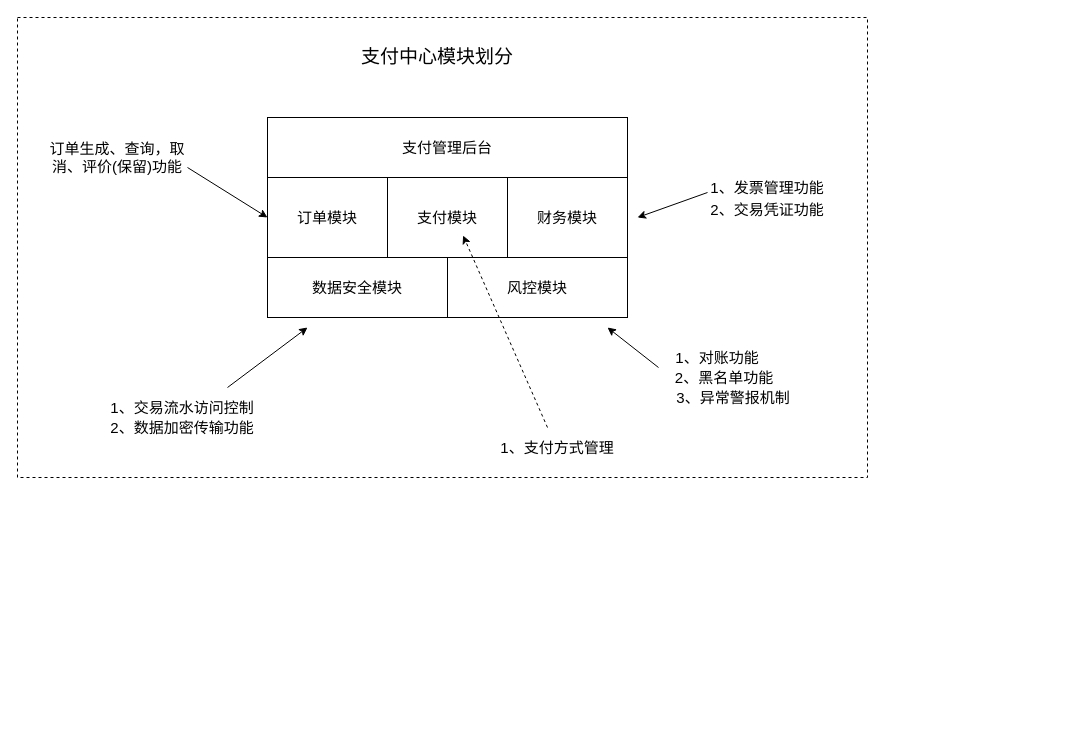
The draw.io diagram 支付中心.drawio in chenrushui/draw, before the edit. Source tidied: cells renumbered, new cells numbered last; positions are measured from the earlier drawing's top-left corner, leaving out a move shared by most shapes. Both pictures are drawn from the tidied source at 100%, with x=0, y=0 at pixel (17, 17).
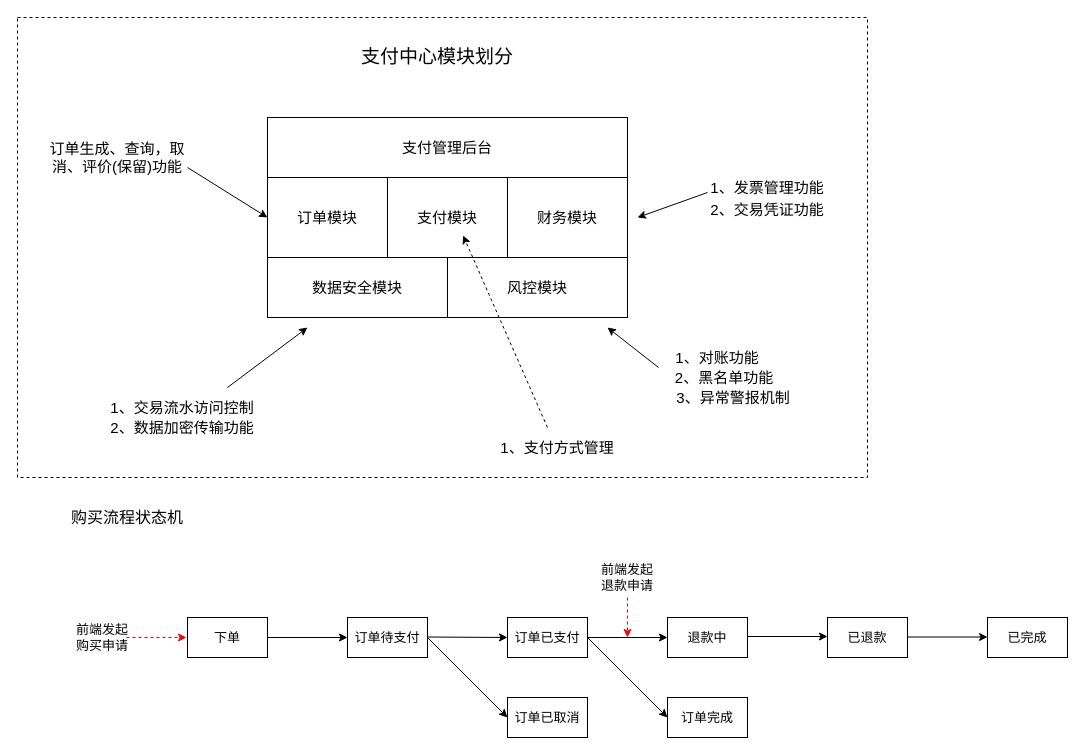
The same diagram, later.

Commit message:
更新支付中心.drawio

Change to the diagram source:
```diff
@@
+    <mxCell id="24" value="下单" style="rounded=0;whiteSpace=wrap;html=1;fontSize=13;" parent="1" vertex="1">
+      <mxGeometry x="170" y="600" width="80" height="40" as="geometry" />
+    </mxCell>
+    <mxCell id="25" value="购买流程状态机" style="text;html=1;strokeColor=none;fillColor=none;align=center;verticalAlign=middle;whiteSpace=wrap;rounded=0;dashed=1;fontSize=16;fontStyle=0;" parent="1" vertex="1">
+      <mxGeometry x="50" y="490" width="120" height="20" as="geometry" />
+    </mxCell>
+    <mxCell id="26" style="edgeStyle=orthogonalEdgeStyle;rounded=0;orthogonalLoop=1;jettySize=auto;html=1;exitX=0.5;exitY=1;exitDx=0;exitDy=0;dashed=1;fontSize=19;" parent="1" edge="1" source="25" target="25">
+      <mxGeometry relative="1" as="geometry" />
+    </mxCell>
+    <mxCell id="27" value="订单待支付" style="rounded=0;whiteSpace=wrap;html=1;fontSize=13;" parent="1" vertex="1">
+      <mxGeometry x="330" y="600" width="80" height="40" as="geometry" />
+    </mxCell>
+    <mxCell id="28" value="订单已支付" style="rounded=0;whiteSpace=wrap;html=1;fontSize=13;" parent="1" vertex="1">
+      <mxGeometry x="490" y="600" width="80" height="40" as="geometry" />
+    </mxCell>
+    <mxCell id="29" value="订单已取消" style="rounded=0;whiteSpace=wrap;html=1;fontSize=13;" parent="1" vertex="1">
+      <mxGeometry x="490" y="680" width="80" height="40" as="geometry" />
+    </mxCell>
+    <mxCell id="30" value="退款中" style="rounded=0;whiteSpace=wrap;html=1;fontSize=13;" parent="1" vertex="1">
+      <mxGeometry x="650" y="600" width="80" height="40" as="geometry" />
+    </mxCell>
+    <mxCell id="31" value="已退款" style="rounded=0;whiteSpace=wrap;html=1;fontSize=13;" parent="1" vertex="1">
+      <mxGeometry x="810" y="600" width="80" height="40" as="geometry" />
+    </mxCell>
+    <mxCell id="32" style="endArrow=classic;html=1;fontSize=13;entryX=0;entryY=0.5;entryDx=0;entryDy=0;exitX=1;exitY=0.5;exitDx=0;exitDy=0;" parent="1" edge="1" source="24" target="27">
+      <mxGeometry relative="1" as="geometry" />
+    </mxCell>
+    <mxCell id="33" style="endArrow=classic;html=1;fontSize=13;entryX=0;entryY=0.5;entryDx=0;entryDy=0;exitX=1;exitY=0.5;exitDx=0;exitDy=0;" parent="1" edge="1" target="28">
+      <mxGeometry relative="1" as="geometry">
+        <mxPoint x="410" y="619.5" as="sourcePoint" />
+      </mxGeometry>
+    </mxCell>
+    <mxCell id="34" style="endArrow=classic;html=1;fontSize=13;entryX=0;entryY=0.5;entryDx=0;entryDy=0;" parent="1" edge="1" target="29">
+      <mxGeometry relative="1" as="geometry">
+        <mxPoint x="410" y="620" as="sourcePoint" />
+      </mxGeometry>
+    </mxCell>
+    <mxCell id="35" style="endArrow=classic;html=1;fontSize=13;entryX=0;entryY=0.5;entryDx=0;entryDy=0;exitX=1;exitY=0.5;exitDx=0;exitDy=0;" parent="1" edge="1" source="28" target="30">
+      <mxGeometry relative="1" as="geometry" />
+    </mxCell>
+    <mxCell id="36" style="endArrow=classic;html=1;fontSize=13;entryX=0;entryY=0.5;entryDx=0;entryDy=0;exitX=1;exitY=0.5;exitDx=0;exitDy=0;" parent="1" edge="1">
+      <mxGeometry relative="1" as="geometry">
+        <mxPoint x="730" y="619" as="sourcePoint" />
+        <mxPoint x="810" y="619" as="targetPoint" />
+      </mxGeometry>
+    </mxCell>
+    <mxCell id="37" value="订单完成" style="rounded=0;whiteSpace=wrap;html=1;fontSize=13;" parent="1" vertex="1">
+      <mxGeometry x="650" y="680" width="80" height="40" as="geometry" />
+    </mxCell>
+    <mxCell id="38" style="endArrow=classic;html=1;fontSize=13;entryX=0;entryY=0.5;entryDx=0;entryDy=0;exitX=1;exitY=0.5;exitDx=0;exitDy=0;" parent="1" edge="1" source="28" target="37">
+      <mxGeometry relative="1" as="geometry" />
+    </mxCell>
+    <mxCell id="39" value="前端发起&lt;br&gt;退款申请" style="text;html=1;strokeColor=none;fillColor=none;align=center;verticalAlign=middle;whiteSpace=wrap;rounded=0;fontSize=13;" parent="1" vertex="1">
+      <mxGeometry x="570" y="550" width="80" height="20" as="geometry" />
+    </mxCell>
+    <mxCell id="40" style="endArrow=classic;html=1;fontSize=13;strokeColor=#FF0000;dashed=1;" parent="1" edge="1">
+      <mxGeometry relative="1" as="geometry">
+        <mxPoint x="610" y="580" as="sourcePoint" />
+        <mxPoint x="610" y="620" as="targetPoint" />
+      </mxGeometry>
+    </mxCell>
+    <mxCell id="41" value="前端发起&lt;br&gt;购买申请" style="text;html=1;strokeColor=none;fillColor=none;align=center;verticalAlign=middle;whiteSpace=wrap;rounded=0;fontSize=13;" parent="1" vertex="1">
+      <mxGeometry x="45" y="610" width="80" height="20" as="geometry" />
+    </mxCell>
+    <mxCell id="42" style="endArrow=classic;html=1;fontSize=13;entryX=0;entryY=0.5;entryDx=0;entryDy=0;dashed=1;strokeColor=#FF0000;" parent="1" edge="1">
+      <mxGeometry relative="1" as="geometry">
+        <mxPoint x="109" y="620" as="sourcePoint" />
+        <mxPoint x="169" y="620" as="targetPoint" />
+      </mxGeometry>
+    </mxCell>
+    <mxCell id="43" value="已完成" style="rounded=0;whiteSpace=wrap;html=1;fontSize=13;" parent="1" vertex="1">
+      <mxGeometry x="970" y="600" width="80" height="40" as="geometry" />
+    </mxCell>
+    <mxCell id="44" style="endArrow=classic;html=1;fontSize=13;entryX=0;entryY=0.5;entryDx=0;entryDy=0;exitX=1;exitY=0.5;exitDx=0;exitDy=0;" parent="1" edge="1">
+      <mxGeometry relative="1" as="geometry">
+        <mxPoint x="890" y="619.5" as="sourcePoint" />
+        <mxPoint x="970" y="619.5" as="targetPoint" />
+      </mxGeometry>
+    </mxCell>
```
